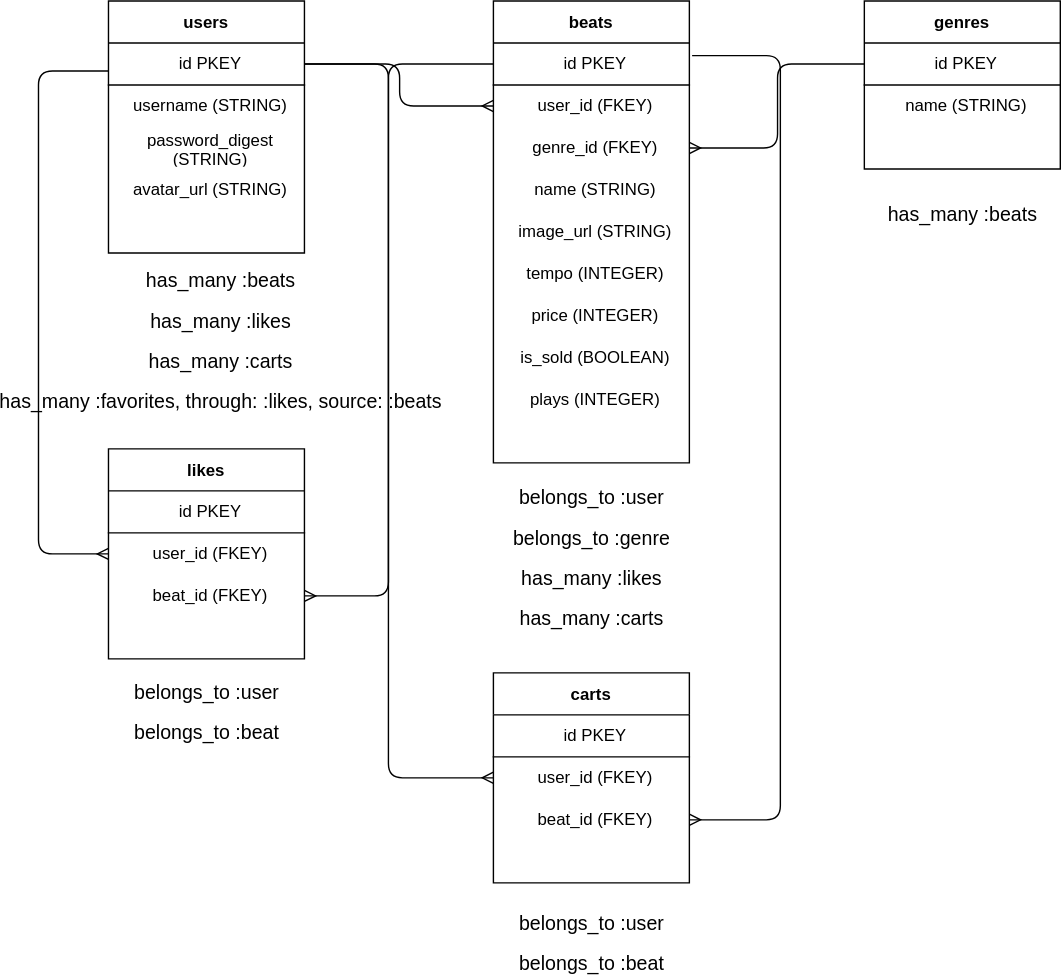
Jblengino510/the-wav keeps this draw.io diagram as thewav.drawio.svg. Above is the earlier version. Source tidied: cells renumbered, new cells last; positions are measured from the earlier drawing's top-left corner, leaving out a move shared by most shapes.
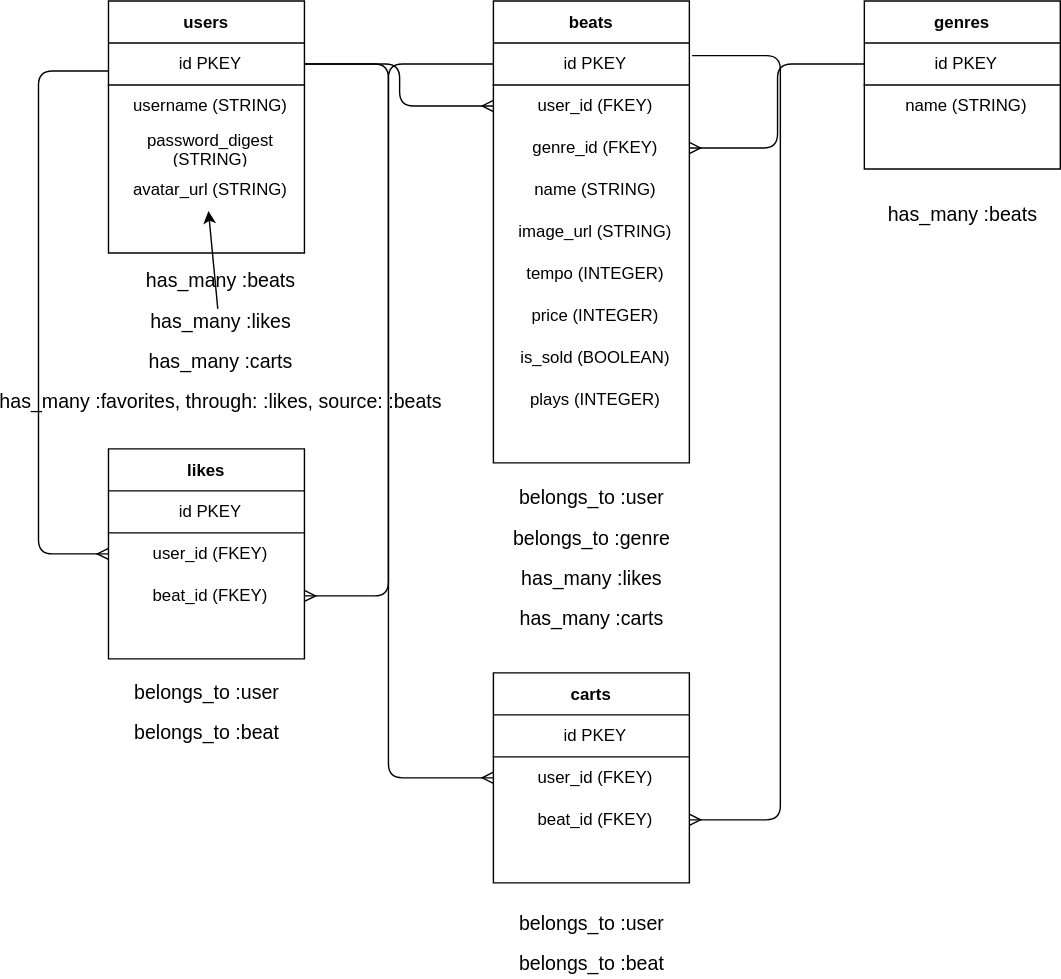
Above is the later version.

Commit message:
deployed to heroku

Diff of the diagram source:
```diff
@@ -86,6 +86,9 @@
     <mxCell id="29" value="plays (INTEGER)" style="shape=partialRectangle;html=1;whiteSpace=wrap;fillColor=none;top=0;left=0;bottom=0;right=0;align=center;spacingLeft=6;overflow=hidden;" parent="28" vertex="1">
       <mxGeometry width="140" height="30" as="geometry" />
     </mxCell>
+    <mxCell id="60" style="edgeStyle=none;html=1;" parent="1" edge="1" source="30" target="9">
+      <mxGeometry relative="1" as="geometry" />
+    </mxCell>
     <mxCell id="30" value="&lt;font style=&quot;font-weight: normal ; font-size: 14px&quot;&gt;has_many :beats&lt;br&gt;has_many :likes&lt;br&gt;has_many :carts&lt;br&gt;has_many :favorites, through: :likes, source: :beats&lt;br&gt;&lt;/font&gt;" style="text;strokeColor=none;fillColor=none;html=1;fontSize=24;fontStyle=1;verticalAlign=middle;align=center;" parent="1" vertex="1">
       <mxGeometry x="60" y="220" width="140" height="40" as="geometry" />
     </mxCell>
```
